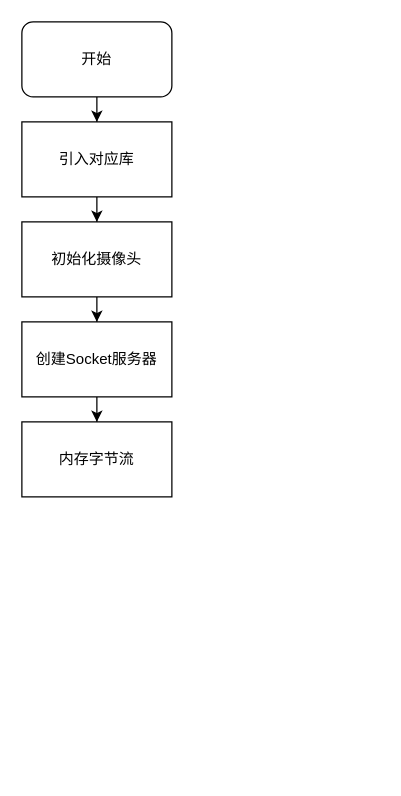
Earlier version of the draw.io diagram 未命名绘图.drawio (niusama2/papper_chart). Source tidied: cells renumbered, new cells numbered last; positions are measured from the earlier drawing's top-left corner, leaving out a move shared by most shapes. Both pictures are drawn from the tidied source at 125%, with x=0, y=0 at pixel (21, 21).
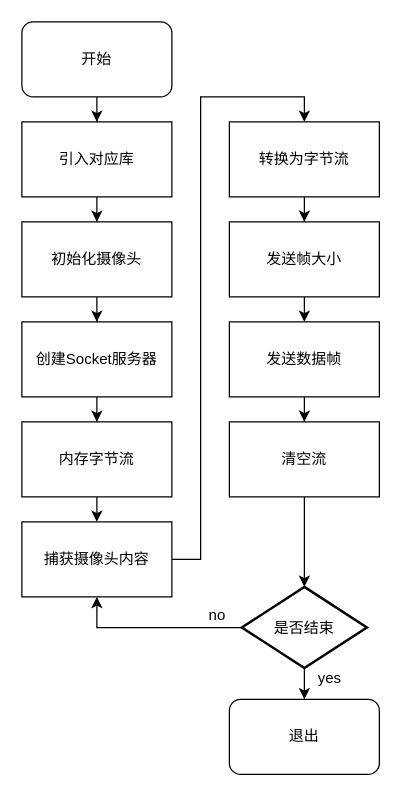
Above is the later version.

Commit message (it also covers changes not shown here):
更新未命名绘图.drawio

The change refers to these unchanged cells:
```xml
<mxCell id="10" value="内存字节流" style="rounded=0;whiteSpace=wrap;html=1;" parent="1" vertex="1">
  <mxGeometry y="320" width="120" height="60" as="geometry" />
</mxCell>
```

Diff of the diagram source:
```diff
@@
+    <mxCell id="11" style="edgeStyle=orthogonalEdgeStyle;rounded=0;jettySize=auto;html=1;exitX=0.5;exitY=1;exitDx=0;exitDy=0;entryX=0.5;entryY=0;entryDx=0;entryDy=0;" parent="1" edge="1" source="10" target="13">
+      <mxGeometry relative="1" as="geometry" />
+    </mxCell>
@@
+    <mxCell id="12" style="edgeStyle=orthogonalEdgeStyle;rounded=0;jettySize=auto;html=1;exitX=1;exitY=0.5;exitDx=0;exitDy=0;entryX=0.5;entryY=0;entryDx=0;entryDy=0;" parent="1" edge="1" source="13" target="15">
+      <mxGeometry relative="1" as="geometry" />
+    </mxCell>
+    <mxCell id="13" value="捕获摄像头内容" style="rounded=0;whiteSpace=wrap;html=1;" parent="1" vertex="1">
+      <mxGeometry y="400" width="120" height="60" as="geometry" />
+    </mxCell>
+    <mxCell id="14" style="edgeStyle=orthogonalEdgeStyle;rounded=0;jettySize=auto;html=1;exitX=0.5;exitY=1;exitDx=0;exitDy=0;" parent="1" edge="1" source="15" target="17">
+      <mxGeometry relative="1" as="geometry" />
+    </mxCell>
+    <mxCell id="15" value="转换为字节流" style="rounded=0;whiteSpace=wrap;html=1;" parent="1" vertex="1">
+      <mxGeometry x="166" y="80" width="120" height="60" as="geometry" />
+    </mxCell>
+    <mxCell id="16" style="edgeStyle=orthogonalEdgeStyle;rounded=0;jettySize=auto;html=1;exitX=0.5;exitY=1;exitDx=0;exitDy=0;entryX=0.5;entryY=0;entryDx=0;entryDy=0;" parent="1" edge="1" source="17" target="19">
+      <mxGeometry relative="1" as="geometry" />
+    </mxCell>
+    <mxCell id="17" value="发送帧大小" style="rounded=0;whiteSpace=wrap;html=1;" parent="1" vertex="1">
+      <mxGeometry x="166" y="160" width="120" height="60" as="geometry" />
+    </mxCell>
+    <mxCell id="18" style="edgeStyle=orthogonalEdgeStyle;rounded=0;jettySize=auto;html=1;exitX=0.5;exitY=1;exitDx=0;exitDy=0;" parent="1" edge="1" source="19" target="21">
+      <mxGeometry relative="1" as="geometry" />
+    </mxCell>
+    <mxCell id="19" value="发送数据帧" style="rounded=0;whiteSpace=wrap;html=1;" parent="1" vertex="1">
+      <mxGeometry x="166" y="240" width="120" height="60" as="geometry" />
+    </mxCell>
+    <mxCell id="20" style="edgeStyle=orthogonalEdgeStyle;rounded=0;jettySize=auto;html=1;exitX=0.5;exitY=1;exitDx=0;exitDy=0;entryX=0.5;entryY=0;entryDx=0;entryDy=0;entryPerimeter=0;" parent="1" edge="1" source="21" target="24">
+      <mxGeometry relative="1" as="geometry" />
+    </mxCell>
+    <mxCell id="21" value="清空流" style="rounded=0;whiteSpace=wrap;html=1;" parent="1" vertex="1">
+      <mxGeometry x="166" y="320" width="120" height="60" as="geometry" />
+    </mxCell>
+    <mxCell id="22" style="edgeStyle=orthogonalEdgeStyle;rounded=0;jettySize=auto;html=1;exitX=0.5;exitY=1;exitDx=0;exitDy=0;exitPerimeter=0;entryX=0.5;entryY=0;entryDx=0;entryDy=0;" parent="1" edge="1" source="24" target="25">
+      <mxGeometry relative="1" as="geometry" />
+    </mxCell>
+    <mxCell id="23" style="edgeStyle=orthogonalEdgeStyle;rounded=0;jettySize=auto;html=1;exitX=0;exitY=0.5;exitDx=0;exitDy=0;exitPerimeter=0;entryX=0.5;entryY=1;entryDx=0;entryDy=0;" parent="1" edge="1" source="24" target="13">
+      <mxGeometry relative="1" as="geometry" />
+    </mxCell>
+    <mxCell id="24" value="是否结束" style="strokeWidth=2;html=1;shape=mxgraph.flowchart.decision;whiteSpace=wrap;" parent="1" vertex="1">
+      <mxGeometry x="176" y="452" width="100" height="65" as="geometry" />
+    </mxCell>
+    <mxCell id="25" value="退出" style="rounded=1;whiteSpace=wrap;html=1;" parent="1" vertex="1">
+      <mxGeometry x="166" y="542" width="120" height="60" as="geometry" />
+    </mxCell>
+    <mxCell id="26" value="yes" style="text;html=1;align=center;verticalAlign=middle;strokeColor=none;fillColor=none;" parent="1" vertex="1">
+      <mxGeometry x="226" y="510" width="40" height="30" as="geometry" />
+    </mxCell>
+    <mxCell id="27" value="no" style="text;html=1;align=center;verticalAlign=middle;strokeColor=none;fillColor=none;" parent="1" vertex="1">
+      <mxGeometry x="136" y="460" width="40" height="30" as="geometry" />
+    </mxCell>
```
